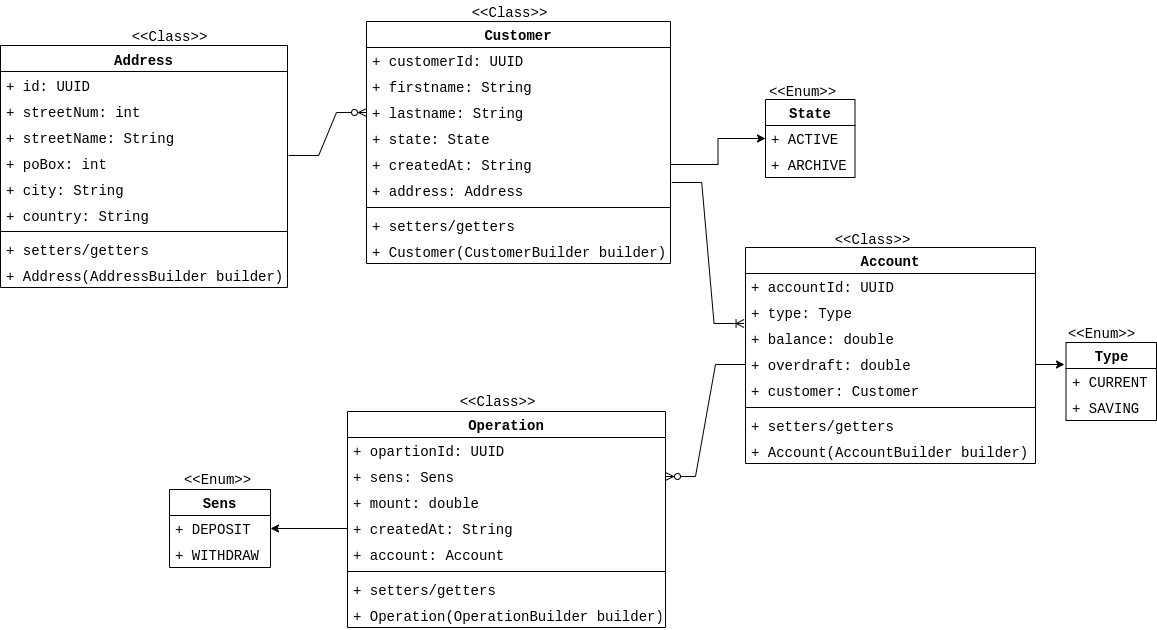
This is assets/exalt-bank-account-conception.png from placidenduwayo1/exalt-kata-fullstak-bank-account-application, a draw.io export, as it was before one commit. Source tidied: cells renumbered, new cells last; positions are measured from the earlier drawing's top-left corner, leaving out a move shared by most shapes.
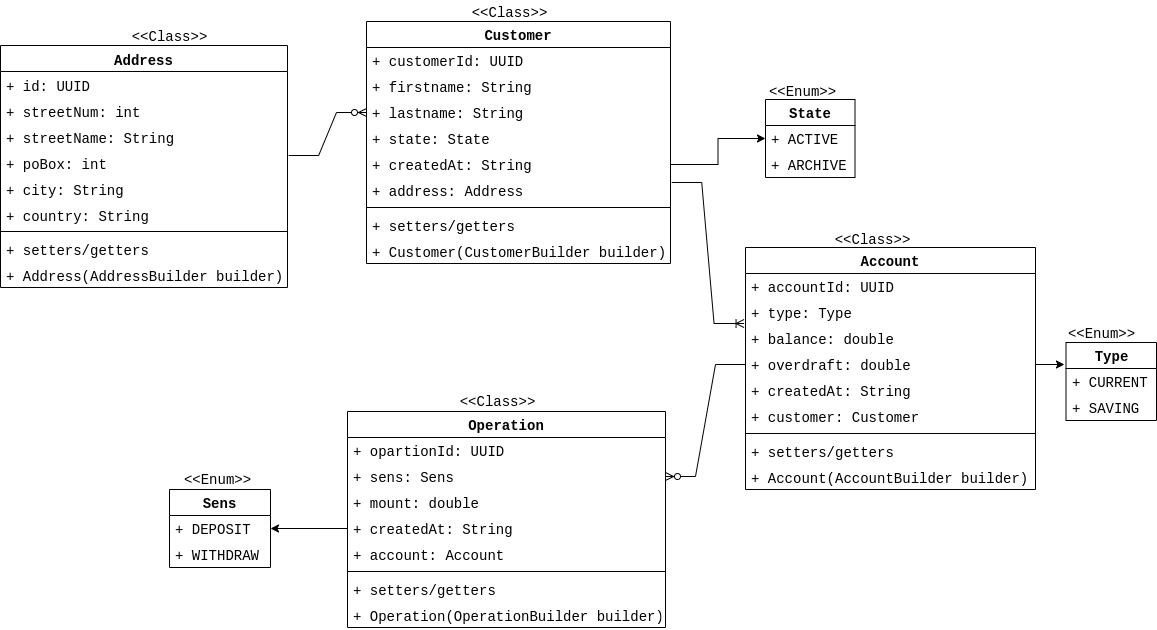
The same diagram one commit later.

What changed in the source:
```diff
@@ -69,7 +69,7 @@
       <mxGeometry x="468.5" width="80" height="26" as="geometry" />
     </mxCell>
     <mxCell id="24" value="Account" style="swimlane;fontStyle=1;align=center;verticalAlign=top;horizontal=1;startSize=26;whiteSpace=wrap;html=1;fontSize=14;fontFamily=Courier New;" parent="1" vertex="1">
-      <mxGeometry x="745" y="247" width="290" height="216" as="geometry" />
+      <mxGeometry x="745" y="247" width="290" height="242" as="geometry" />
     </mxCell>
     <mxCell id="25" value="+ accountId: UUID" style="text;strokeColor=none;fillColor=none;align=left;verticalAlign=top;spacingLeft=4;spacingRight=4;overflow=hidden;whiteSpace=wrap;html=1;fontSize=14;fontFamily=Courier New;" parent="24" vertex="1">
       <mxGeometry y="26" width="290" height="26" as="geometry" />
@@ -83,17 +83,20 @@
     <mxCell id="28" value="+ overdraft: double" style="text;strokeColor=none;fillColor=none;align=left;verticalAlign=top;spacingLeft=4;spacingRight=4;overflow=hidden;points=[[0,0.5],[1,0.5]];portConstraint=eastwest;whiteSpace=wrap;html=1;fontSize=14;fontFamily=Courier New;" parent="24" vertex="1">
       <mxGeometry y="104" width="290" height="26" as="geometry" />
     </mxCell>
+    <mxCell id="62" value="+ createdAt: String" style="text;strokeColor=none;fillColor=none;align=left;verticalAlign=top;spacingLeft=4;spacingRight=4;overflow=hidden;whiteSpace=wrap;html=1;fontSize=14;fontFamily=Courier New;" parent="24" vertex="1">
+      <mxGeometry y="130" width="290" height="26" as="geometry" />
+    </mxCell>
     <mxCell id="29" value="+ customer: Customer" style="text;strokeColor=none;fillColor=none;align=left;verticalAlign=top;spacingLeft=4;spacingRight=4;overflow=hidden;whiteSpace=wrap;html=1;fontSize=14;fontFamily=Courier New;" parent="24" vertex="1">
-      <mxGeometry y="130" width="290" height="26" as="geometry" />
+      <mxGeometry y="156" width="290" height="26" as="geometry" />
     </mxCell>
     <mxCell id="30" style="line;strokeWidth=1;fillColor=none;align=left;verticalAlign=middle;spacingTop=-1;spacingLeft=3;spacingRight=3;labelPosition=right;strokeColor=inherit;fontSize=14;fontFamily=Courier New;" parent="24" vertex="1">
-      <mxGeometry y="156" width="290" height="8" as="geometry" />
+      <mxGeometry y="182" width="290" height="8" as="geometry" />
     </mxCell>
     <mxCell id="31" value="+ setters/getters" style="text;strokeColor=none;fillColor=none;align=left;verticalAlign=top;spacingLeft=4;spacingRight=4;overflow=hidden;fontSize=14;fontFamily=Courier New;" parent="24" vertex="1">
-      <mxGeometry y="164" width="290" height="26" as="geometry" />
+      <mxGeometry y="190" width="290" height="26" as="geometry" />
     </mxCell>
     <mxCell id="32" value="+ Account(AccountBuilder builder)" style="text;strokeColor=none;fillColor=none;align=left;verticalAlign=top;spacingLeft=4;spacingRight=4;overflow=hidden;fontSize=14;fontFamily=Courier New;" parent="24" vertex="1">
-      <mxGeometry y="190" width="290" height="26" as="geometry" />
+      <mxGeometry y="216" width="290" height="26" as="geometry" />
     </mxCell>
     <mxCell id="33" value="Operation" style="swimlane;fontStyle=1;align=center;verticalAlign=top;horizontal=1;startSize=26;whiteSpace=wrap;html=1;fontSize=14;fontFamily=Courier New;" parent="1" vertex="1">
       <mxGeometry x="347" y="411" width="318" height="216" as="geometry" />
```
